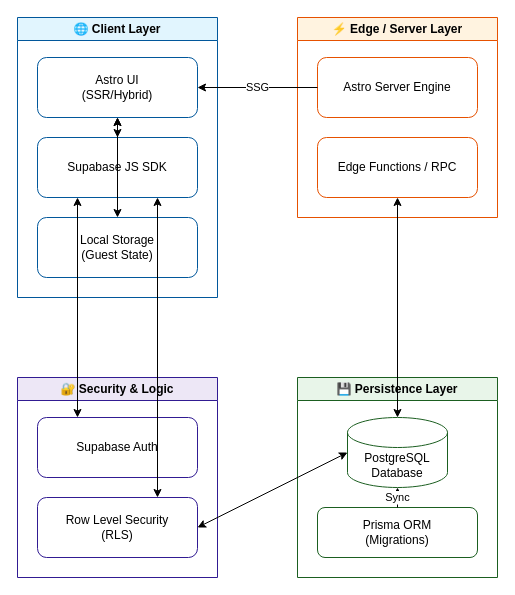
Above: architecture.drawio in Devsebastian44/DevBlog (draw.io), before the change. Source tidied: cells renumbered, new cells numbered last; positions are measured from the earlier drawing's top-left corner, leaving out a move shared by most shapes. Both pictures are drawn from the tidied source at 100%, with x=0, y=0 at pixel (17, 17).
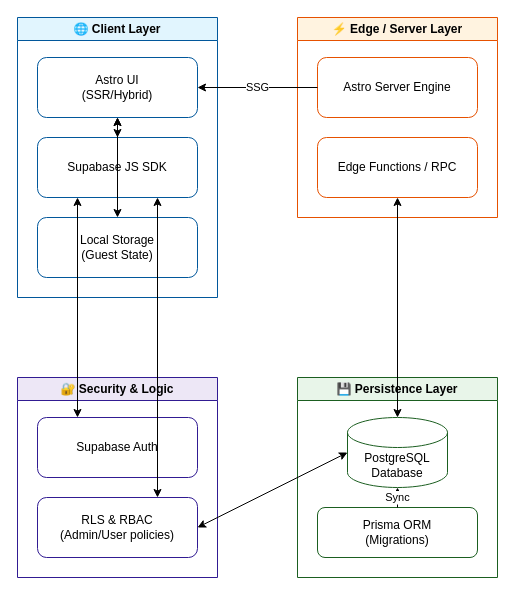
The same diagram, later.

Unchanged cells that the change refers to:
```xml
<mxCell id="9" value="🔐 Security &amp; Logic" style="swimlane;whiteSpace=wrap;html=1;fillColor=#ede7f6;strokeColor=#311b92;fontStyle=1;" parent="1" vertex="1">
  <mxGeometry y="360" width="200" height="200" as="geometry" />
</mxCell>
```

The edit, as a diff of the source:
```diff
@@
-    <mxCell id="11" value="Row Level Security&#10;(RLS)" style="rounded=1;whiteSpace=wrap;html=1;fillColor=#ffffff;strokeColor=#311b92;" parent="9" vertex="1">
+    <mxCell id="11" value="RLS &amp; RBAC&#10;(Admin/User policies)" style="rounded=1;whiteSpace=wrap;html=1;fillColor=#ffffff;strokeColor=#311b92;" parent="9" vertex="1">
       <mxGeometry x="20" y="120" width="160" height="60" as="geometry" />
     </mxCell>
```
